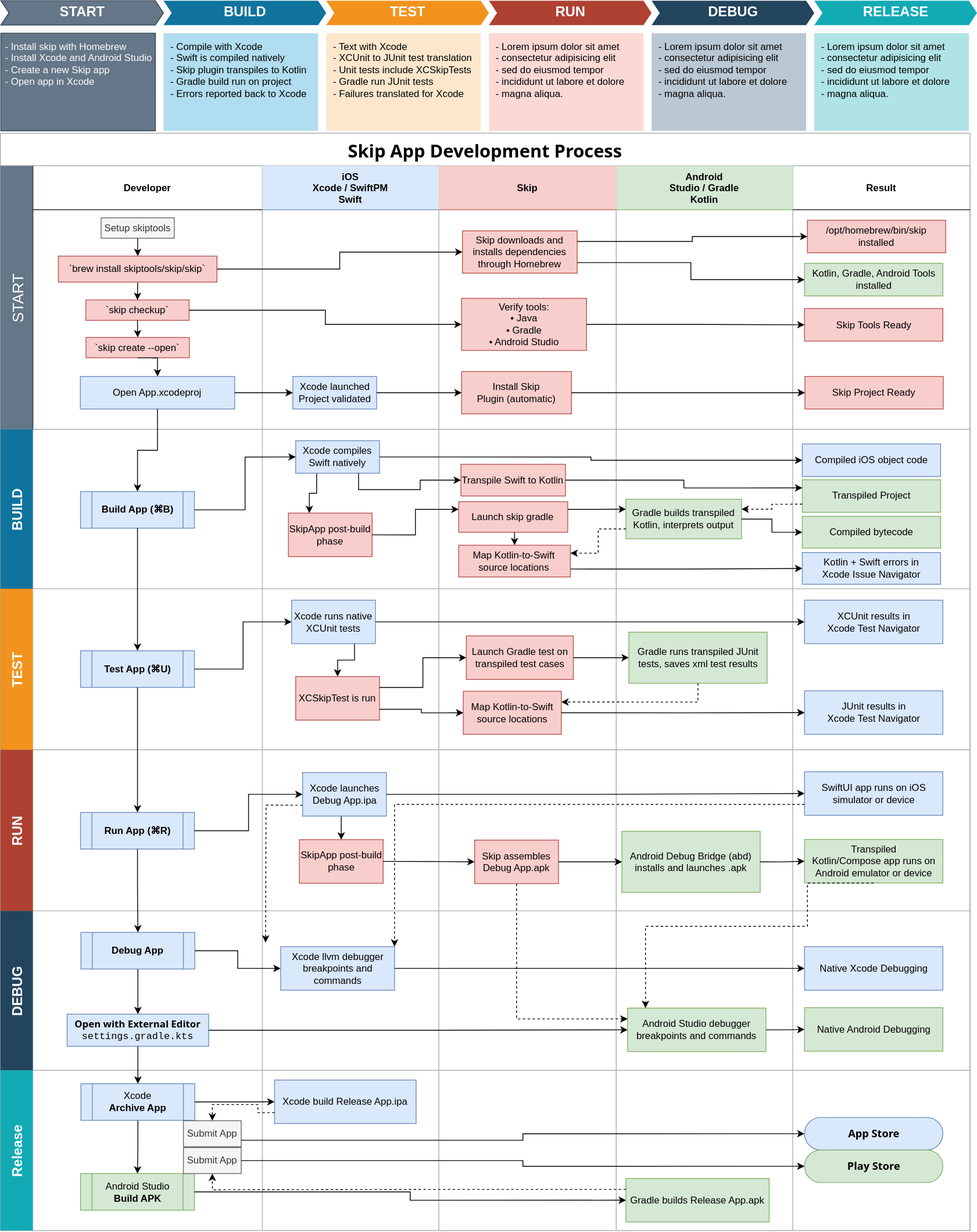
The draw.io diagram skip_dev_process.drawio.svg in skiptools/assets.skip.tools, before a commit. Source tidied: cells renumbered, new cells last; positions are measured from the earlier drawing's top-left corner, leaving out a move shared by most shapes.
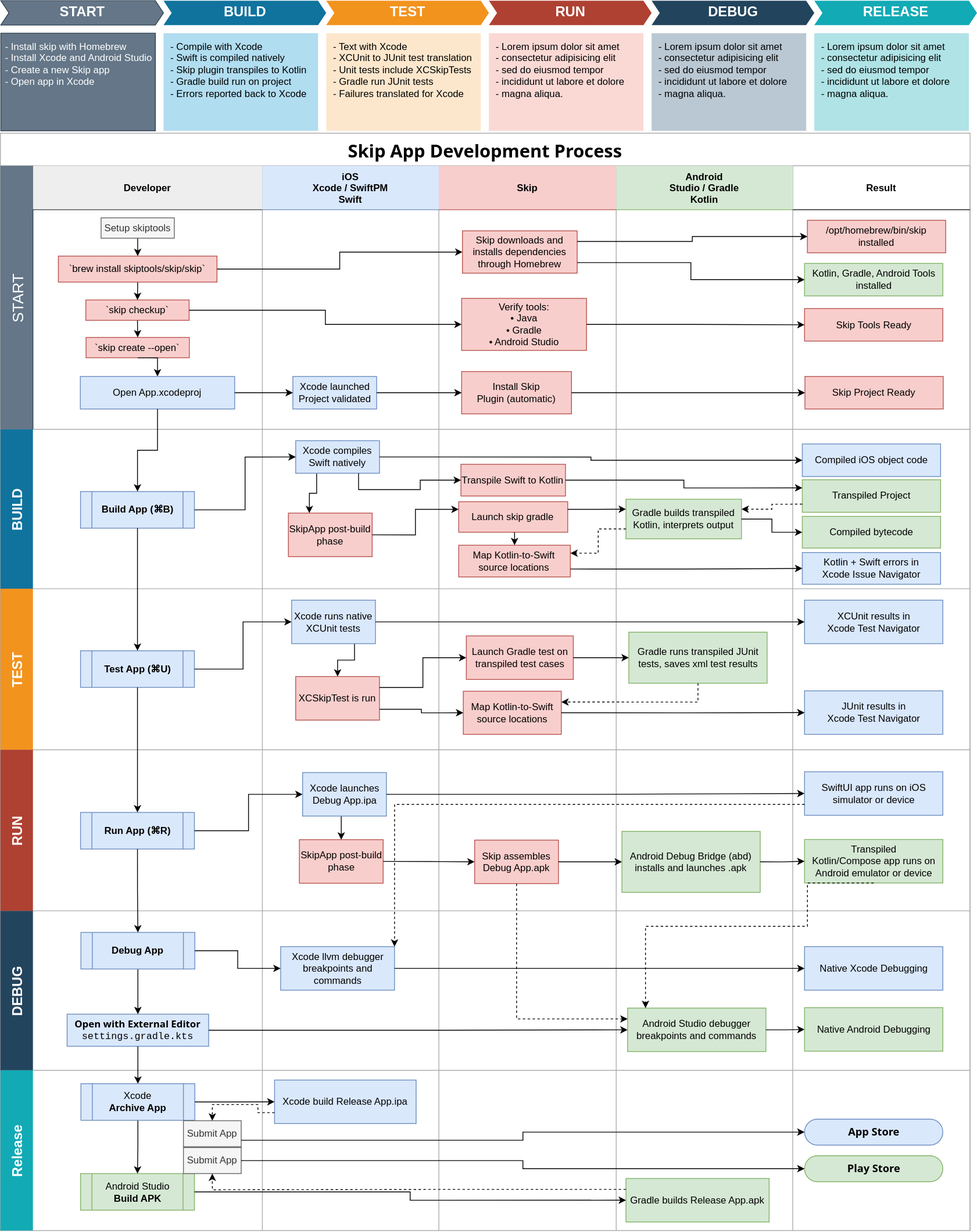
After the change.

Change to the diagram source:
```diff
@@ -8,7 +8,7 @@
     <mxCell id="3" value="START" style="shape=tableRow;horizontal=0;swimlaneHead=0;swimlaneBody=0;top=0;left=0;bottom=0;right=0;fillColor=#647687;startSize=40;fontStyle=0;fontSize=19;fontFamily=Helvetica;fontColor=#ffffff;strokeColor=#314354;" parent="2" vertex="1">
       <mxGeometry y="40" width="1192" height="324" as="geometry" />
     </mxCell>
-    <mxCell id="4" value="Developer" style="swimlane;swimlaneHead=0;swimlaneBody=0;fillColor=none;startSize=54;fontStyle=1;" parent="3" vertex="1">
+    <mxCell id="4" value="Developer" style="swimlane;swimlaneHead=0;swimlaneBody=0;fillColor=#eeeeee;startSize=54;fontStyle=1;strokeColor=#36393d;" parent="3" vertex="1">
       <mxGeometry x="40" width="282" height="324" as="geometry" />
     </mxCell>
     <mxCell id="5" style="edgeStyle=orthogonalEdgeStyle;rounded=0;jettySize=auto;html=1;exitX=0.5;exitY=1;exitDx=0;exitDy=0;entryX=0.5;entryY=0;entryDx=0;entryDy=0;" parent="4" edge="1" source="6" target="11">
@@ -423,10 +423,10 @@
       <mxGeometry x="974" width="218" height="197" as="geometry" />
     </mxCell>
     <mxCell id="142" value="App Store" style="rounded=1;whiteSpace=wrap;html=1;arcSize=50;fillColor=#dae8fc;strokeColor=#6c8ebf;fontStyle=1;fontFamily=system-ui,Helvetica,san-serif;fontSize=13;" parent="141" vertex="1">
-      <mxGeometry x="14.5" y="58" width="170" height="40" as="geometry" />
+      <mxGeometry x="14.5" y="60" width="170" height="32" as="geometry" />
     </mxCell>
     <mxCell id="143" value="Play Store" style="rounded=1;whiteSpace=wrap;html=1;arcSize=50;fillColor=#d5e8d4;strokeColor=#82b366;fontStyle=1;fontFamily=system-ui,Helvetica,san-serif;fontSize=13;" parent="141" vertex="1">
-      <mxGeometry x="14.5" y="98" width="170" height="40" as="geometry" />
+      <mxGeometry x="14.5" y="105" width="170" height="32" as="geometry" />
     </mxCell>
     <mxCell id="144" style="swimlane;swimlaneHead=0;swimlaneBody=0;fillColor=none;startSize=0;fontStyle=1;" parent="129" vertex="1">
       <mxGeometry x="1192" height="197" as="geometry" />
@@ -467,11 +467,6 @@
     <mxCell id="156" style="edgeStyle=orthogonalEdgeStyle;rounded=0;jettySize=auto;html=1;exitX=0.5;exitY=1;exitDx=0;exitDy=0;entryX=0;entryY=0.25;entryDx=0;entryDy=0;dashed=1;" parent="2" edge="1" source="97" target="119">
       <mxGeometry relative="1" as="geometry" />
     </mxCell>
-    <mxCell id="157" style="edgeStyle=orthogonalEdgeStyle;rounded=0;jettySize=auto;html=1;exitX=0;exitY=0.75;exitDx=0;exitDy=0;dashed=1;" parent="2" edge="1" source="94">
-      <mxGeometry relative="1" as="geometry">
-        <mxPoint x="326" y="995" as="targetPoint" />
-      </mxGeometry>
-    </mxCell>
     <mxCell id="158" style="edgeStyle=orthogonalEdgeStyle;rounded=0;jettySize=auto;html=1;exitX=0.5;exitY=1;exitDx=0;exitDy=0;dashed=1;" parent="2" edge="1" source="102" target="119">
       <mxGeometry relative="1" as="geometry">
         <Array as="points">
```
